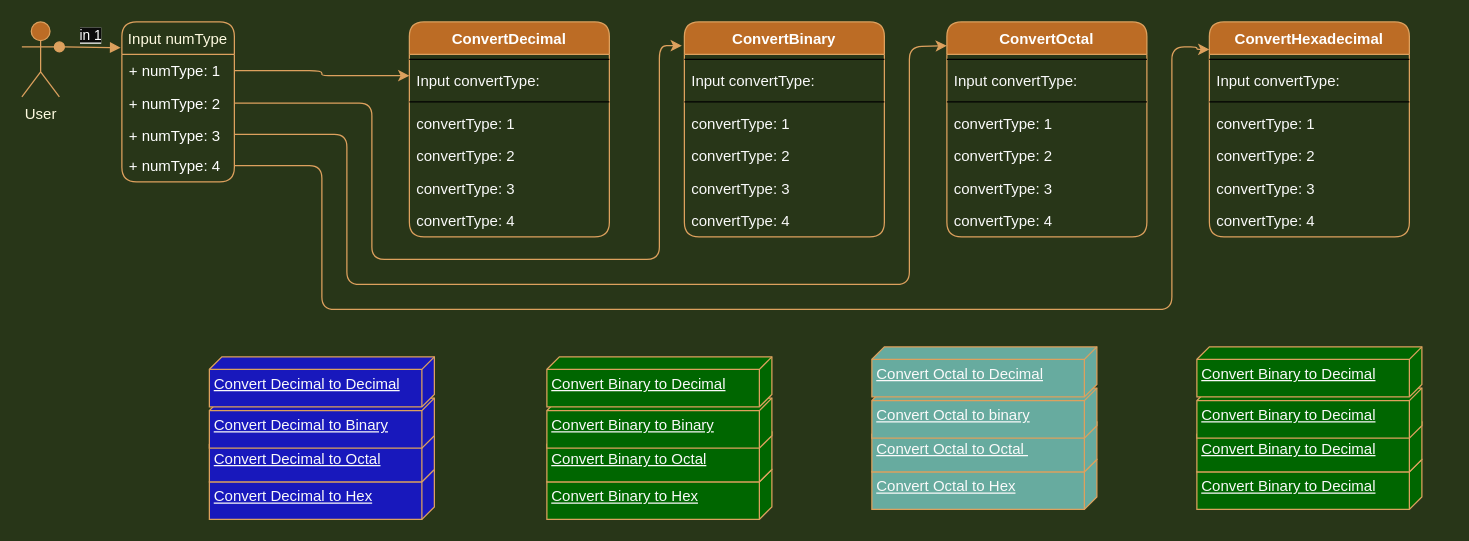
This is BlockDiagram.drawio from XYIAN/numConverter_groupH, a draw.io file, before an edit. Source tidied: cells renumbered, new cells numbered last; positions are measured from the earlier drawing's top-left corner, leaving out a move shared by most shapes. Both pictures are drawn from the tidied source at 125%, with x=0, y=0 at pixel (21, 21).
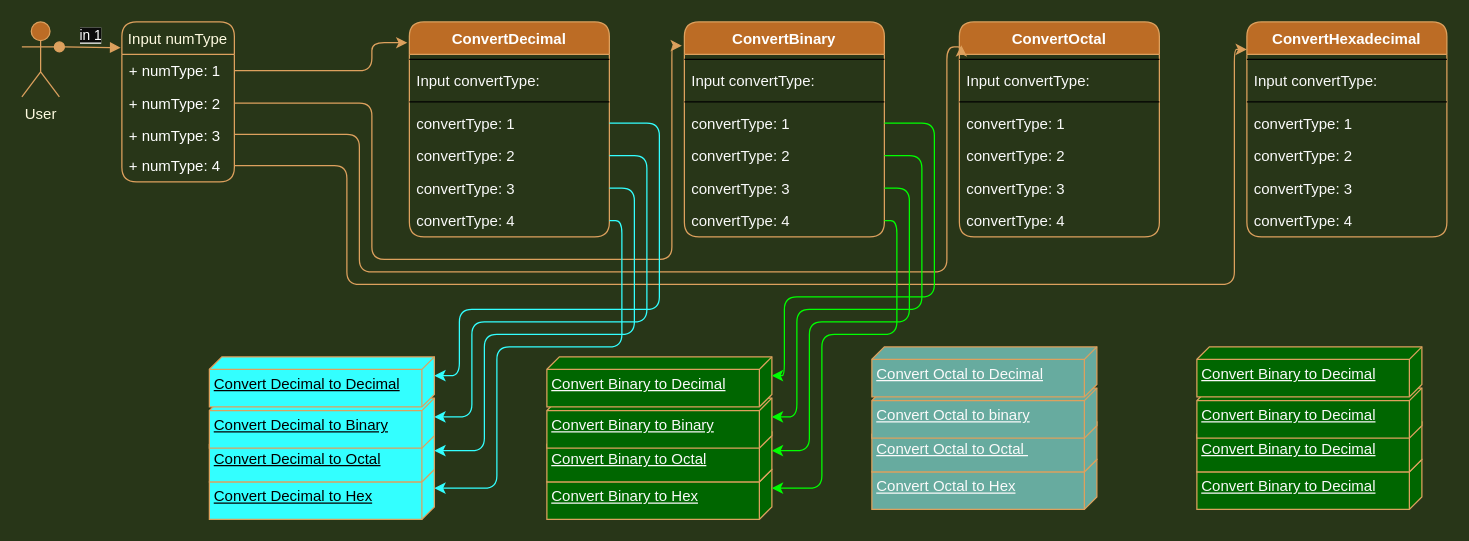
Above is the later version.

The change refers to these unchanged cells:
```xml
<mxCell id="4" value="+ numType: 1 " style="text;strokeColor=none;fillColor=none;align=left;verticalAlign=top;spacingLeft=4;spacingRight=4;overflow=hidden;points=[[0,0.5],[1,0.5]];portConstraint=eastwest;fontColor=#FFFFFF;" parent="3" vertex="1">
  <mxGeometry y="26" width="90" height="26" as="geometry" />
</mxCell>
<mxCell id="5" value="+ numType: 2" style="text;strokeColor=none;fillColor=none;align=left;verticalAlign=top;spacingLeft=4;spacingRight=4;overflow=hidden;points=[[0,0.5],[1,0.5]];portConstraint=eastwest;fontColor=#FFFFFF;" parent="3" vertex="1">
  <mxGeometry y="52" width="90" height="26" as="geometry" />
</mxCell>
<mxCell id="6" value="+ numType: 3" style="text;strokeColor=none;fillColor=none;align=left;verticalAlign=top;spacingLeft=4;spacingRight=4;overflow=hidden;points=[[0,0.5],[1,0.5]];portConstraint=eastwest;fontColor=#FFFFFF;" parent="3" vertex="1">
  <mxGeometry y="78" width="90" height="24" as="geometry" />
</mxCell>
<mxCell id="7" value="+ numType: 4" style="text;strokeColor=none;fillColor=none;align=left;verticalAlign=top;spacingLeft=4;spacingRight=4;overflow=hidden;points=[[0,0.5],[1,0.5]];portConstraint=eastwest;fontColor=#FFFFFF;" parent="3" vertex="1">
  <mxGeometry y="102" width="90" height="26" as="geometry" />
</mxCell>
<mxCell id="9" value="ConvertDecimal" style="swimlane;fontStyle=1;align=center;verticalAlign=top;horizontal=1;startSize=26;rounded=1;sketch=0;strokeColor=#DDA15E;fillColor=#BC6C25;fontColor=#FFFFFF;" parent="1" vertex="1">
  <mxGeometry x="310" width="160" height="172" as="geometry" />
</mxCell>
<mxCell id="13" value="convertType: 1" style="text;strokeColor=none;fillColor=none;align=left;verticalAlign=top;spacingLeft=4;spacingRight=4;overflow=hidden;points=[[0,0.5],[1,0.5]];portConstraint=eastwest;fontColor=#FAFAFA;" parent="9" vertex="1">
  <mxGeometry y="68" width="160" height="26" as="geometry" />
</mxCell>
<mxCell id="14" value="convertType: 2" style="text;strokeColor=none;fillColor=none;align=left;verticalAlign=top;spacingLeft=4;spacingRight=4;overflow=hidden;points=[[0,0.5],[1,0.5]];portConstraint=eastwest;fontColor=#FAFAFA;" parent="9" vertex="1">
  <mxGeometry y="94" width="160" height="26" as="geometry" />
</mxCell>
<mxCell id="15" value="convertType: 3" style="text;strokeColor=none;fillColor=none;align=left;verticalAlign=top;spacingLeft=4;spacingRight=4;overflow=hidden;points=[[0,0.5],[1,0.5]];portConstraint=eastwest;fontColor=#FAFAFA;" parent="9" vertex="1">
  <mxGeometry y="120" width="160" height="26" as="geometry" />
</mxCell>
<mxCell id="16" value="convertType: 4" style="text;strokeColor=none;fillColor=none;align=left;verticalAlign=top;spacingLeft=4;spacingRight=4;overflow=hidden;points=[[0,0.5],[1,0.5]];portConstraint=eastwest;fontColor=#FAFAFA;" parent="9" vertex="1">
  <mxGeometry y="146" width="160" height="26" as="geometry" />
</mxCell>
<mxCell id="22" value="convertType: 1" style="text;strokeColor=none;fillColor=none;align=left;verticalAlign=top;spacingLeft=4;spacingRight=4;overflow=hidden;points=[[0,0.5],[1,0.5]];portConstraint=eastwest;fontColor=#FAFAFA;" parent="18" vertex="1">
  <mxGeometry y="68" width="160" height="26" as="geometry" />
</mxCell>
<mxCell id="23" value="convertType: 2" style="text;strokeColor=none;fillColor=none;align=left;verticalAlign=top;spacingLeft=4;spacingRight=4;overflow=hidden;points=[[0,0.5],[1,0.5]];portConstraint=eastwest;fontColor=#FAFAFA;" parent="18" vertex="1">
  <mxGeometry y="94" width="160" height="26" as="geometry" />
</mxCell>
<mxCell id="24" value="convertType: 3" style="text;strokeColor=none;fillColor=none;align=left;verticalAlign=top;spacingLeft=4;spacingRight=4;overflow=hidden;points=[[0,0.5],[1,0.5]];portConstraint=eastwest;fontColor=#FAFAFA;" parent="18" vertex="1">
  <mxGeometry y="120" width="160" height="26" as="geometry" />
</mxCell>
<mxCell id="25" value="convertType: 4" style="text;strokeColor=none;fillColor=none;align=left;verticalAlign=top;spacingLeft=4;spacingRight=4;overflow=hidden;points=[[0,0.5],[1,0.5]];portConstraint=eastwest;fontColor=#FAFAFA;" parent="18" vertex="1">
  <mxGeometry y="146" width="160" height="26" as="geometry" />
</mxCell>
<mxCell id="49" value="Convert Binary to Hex" style="verticalAlign=top;align=left;spacingTop=8;spacingLeft=2;spacingRight=12;shape=cube;size=10;direction=south;fontStyle=4;html=1;rounded=1;sketch=0;strokeColor=#DDA15E;fontColor=#FAFAFA;fillColor=#006600;" parent="1" vertex="1">
  <mxGeometry x="420" y="358" width="180" height="40" as="geometry" />
</mxCell>
<mxCell id="50" value="Convert Binary to Octal" style="verticalAlign=top;align=left;spacingTop=8;spacingLeft=2;spacingRight=12;shape=cube;size=10;direction=south;fontStyle=4;html=1;rounded=1;sketch=0;strokeColor=#DDA15E;fontColor=#FAFAFA;fillColor=#006600;" parent="1" vertex="1">
  <mxGeometry x="420" y="328" width="180" height="40" as="geometry" />
</mxCell>
<mxCell id="51" value="Convert Binary to Binary" style="verticalAlign=top;align=left;spacingTop=8;spacingLeft=2;spacingRight=12;shape=cube;size=10;direction=south;fontStyle=4;html=1;rounded=1;sketch=0;strokeColor=#DDA15E;fontColor=#FAFAFA;fillColor=#006600;" parent="1" vertex="1">
  <mxGeometry x="420" y="301" width="180" height="40" as="geometry" />
</mxCell>
<mxCell id="52" value="Convert Binary to Decimal" style="verticalAlign=top;align=left;spacingTop=8;spacingLeft=2;spacingRight=12;shape=cube;size=10;direction=south;fontStyle=4;html=1;rounded=1;sketch=0;strokeColor=#DDA15E;fontColor=#FAFAFA;fillColor=#006600;" parent="1" vertex="1">
  <mxGeometry x="420" y="268" width="180" height="40" as="geometry" />
</mxCell>
```

What changed in the source:
```diff
@@
-    <mxCell id="17" style="edgeStyle=elbowEdgeStyle;rounded=1;sketch=0;jettySize=auto;html=1;entryX=0;entryY=0.25;entryDx=0;entryDy=0;strokeColor=#DDA15E;fillColor=#BC6C25;fontColor=#FAFAFA;" parent="1" edge="1" source="4" target="9">
-      <mxGeometry relative="1" as="geometry" />
+    <mxCell id="17" style="edgeStyle=elbowEdgeStyle;rounded=1;sketch=0;jettySize=auto;html=1;entryX=-0.01;entryY=0.097;entryDx=0;entryDy=0;strokeColor=#DDA15E;fillColor=#BC6C25;fontColor=#FAFAFA;entryPerimeter=0;" parent="1" edge="1" source="4" target="9">
+      <mxGeometry relative="1" as="geometry">
+        <Array as="points">
+          <mxPoint x="280" y="39" />
+        </Array>
+      </mxGeometry>
     </mxCell>
@@
     <mxCell id="26" value="ConvertOctal" style="swimlane;fontStyle=1;align=center;verticalAlign=top;horizontal=1;startSize=26;rounded=1;sketch=0;strokeColor=#DDA15E;fillColor=#BC6C25;fontColor=#FFFFFF;" parent="1" vertex="1">
-      <mxGeometry x="740" width="160" height="172" as="geometry" />
+      <mxGeometry x="750" width="160" height="172" as="geometry" />
     </mxCell>
@@
     <mxCell id="34" value="ConvertHexadecimal&#10;" style="swimlane;fontStyle=1;align=center;verticalAlign=top;horizontal=1;startSize=26;rounded=1;sketch=0;strokeColor=#DDA15E;fillColor=#BC6C25;fontColor=#FFFFFF;" parent="1" vertex="1">
-      <mxGeometry x="950" width="160" height="172" as="geometry" />
+      <mxGeometry x="980" width="160" height="172" as="geometry" />
     </mxCell>
@@
     <mxCell id="42" style="edgeStyle=orthogonalEdgeStyle;rounded=1;sketch=0;jettySize=auto;html=1;exitX=1;exitY=0.5;exitDx=0;exitDy=0;strokeColor=#DDA15E;fillColor=#BC6C25;fontColor=#FAFAFA;" parent="1" edge="1" source="5">
       <mxGeometry relative="1" as="geometry">
         <mxPoint x="528" y="19" as="targetPoint" />
         <Array as="points">
           <mxPoint x="280" y="65" />
           <mxPoint x="280" y="190" />
-          <mxPoint x="510" y="190" />
-          <mxPoint x="510" y="19" />
+          <mxPoint x="520" y="190" />
+          <mxPoint x="520" y="19" />
         </Array>
       </mxGeometry>
     </mxCell>
-    <mxCell id="43" style="rounded=1;sketch=0;jettySize=auto;html=1;exitX=1;exitY=0.5;exitDx=0;exitDy=0;strokeColor=#DDA15E;fillColor=#BC6C25;fontColor=#FAFAFA;edgeStyle=orthogonalEdgeStyle;" parent="1" edge="1" source="6">
+    <mxCell id="43" style="rounded=1;sketch=0;jettySize=auto;html=1;exitX=1;exitY=0.5;exitDx=0;exitDy=0;strokeColor=#DDA15E;fillColor=#BC6C25;fontColor=#FAFAFA;edgeStyle=orthogonalEdgeStyle;entryX=0.01;entryY=0.109;entryDx=0;entryDy=0;entryPerimeter=0;" parent="1" edge="1" source="6" target="26">
       <mxGeometry relative="1" as="geometry">
-        <mxPoint x="740" y="19" as="targetPoint" />
         <Array as="points">
-          <mxPoint x="260" y="90" />
-          <mxPoint x="260" y="210" />
-          <mxPoint x="710" y="210" />
-          <mxPoint x="710" y="20" />
+          <mxPoint x="270" y="90" />
+          <mxPoint x="270" y="200" />
+          <mxPoint x="740" y="200" />
+          <mxPoint x="740" y="20" />
+          <mxPoint x="752" y="20" />
         </Array>
       </mxGeometry>
     </mxCell>
     <mxCell id="44" style="edgeStyle=orthogonalEdgeStyle;rounded=1;sketch=0;jettySize=auto;html=1;exitX=1;exitY=0.5;exitDx=0;exitDy=0;strokeColor=#DDA15E;fillColor=#BC6C25;fontColor=#FAFAFA;" parent="1" edge="1" source="7" target="34">
       <mxGeometry relative="1" as="geometry">
         <Array as="points">
-          <mxPoint x="240" y="115" />
-          <mxPoint x="240" y="230" />
-          <mxPoint x="920" y="230" />
-          <mxPoint x="920" y="20" />
-          <mxPoint x="940" y="20" />
-          <mxPoint x="940" y="22" />
+          <mxPoint x="260" y="115" />
+          <mxPoint x="260" y="210" />
+          <mxPoint x="970" y="210" />
+          <mxPoint x="970" y="22" />
         </Array>
       </mxGeometry>
     </mxCell>
-    <mxCell id="45" value="Convert Decimal to Hex" style="verticalAlign=top;align=left;spacingTop=8;spacingLeft=2;spacingRight=12;shape=cube;size=10;direction=south;fontStyle=4;html=1;rounded=1;sketch=0;strokeColor=#DDA15E;fontColor=#FAFAFA;fillColor=#1818BC;" parent="1" vertex="1">
+    <mxCell id="45" value="Convert Decimal to Hex" style="verticalAlign=top;align=left;spacingTop=8;spacingLeft=2;spacingRight=12;shape=cube;size=10;direction=south;fontStyle=4;html=1;rounded=1;sketch=0;strokeColor=#DDA15E;fillColor=#33FFFF;" parent="1" vertex="1">
       <mxGeometry x="150" y="358" width="180" height="40" as="geometry" />
     </mxCell>
-    <mxCell id="46" value="Convert Decimal to Octal" style="verticalAlign=top;align=left;spacingTop=8;spacingLeft=2;spacingRight=12;shape=cube;size=10;direction=south;fontStyle=4;html=1;rounded=1;sketch=0;strokeColor=#DDA15E;fontColor=#FAFAFA;fillColor=#1818BC;" parent="1" vertex="1">
+    <mxCell id="46" value="Convert Decimal to Octal" style="verticalAlign=top;align=left;spacingTop=8;spacingLeft=2;spacingRight=12;shape=cube;size=10;direction=south;fontStyle=4;html=1;rounded=1;sketch=0;strokeColor=#DDA15E;fillColor=#33FFFF;" parent="1" vertex="1">
       <mxGeometry x="150" y="328" width="180" height="40" as="geometry" />
     </mxCell>
-    <mxCell id="47" value="Convert Decimal to Binary" style="verticalAlign=top;align=left;spacingTop=8;spacingLeft=2;spacingRight=12;shape=cube;size=10;direction=south;fontStyle=4;html=1;rounded=1;sketch=0;strokeColor=#DDA15E;fontColor=#FAFAFA;fillColor=#1818BC;" parent="1" vertex="1">
+    <mxCell id="47" value="Convert Decimal to Binary" style="verticalAlign=top;align=left;spacingTop=8;spacingLeft=2;spacingRight=12;shape=cube;size=10;direction=south;fontStyle=4;html=1;rounded=1;sketch=0;strokeColor=#DDA15E;fillColor=#33FFFF;" parent="1" vertex="1">
       <mxGeometry x="150" y="301" width="180" height="40" as="geometry" />
     </mxCell>
-    <mxCell id="48" value="Convert Decimal to Decimal" style="verticalAlign=top;align=left;spacingTop=8;spacingLeft=2;spacingRight=12;shape=cube;size=10;direction=south;fontStyle=4;html=1;rounded=1;sketch=0;strokeColor=#DDA15E;fontColor=#FAFAFA;fillColor=#1818BC;" parent="1" vertex="1">
+    <mxCell id="48" value="Convert Decimal to Decimal" style="verticalAlign=top;align=left;spacingTop=8;spacingLeft=2;spacingRight=12;shape=cube;size=10;direction=south;fontStyle=4;html=1;rounded=1;sketch=0;strokeColor=#DDA15E;fillColor=#33FFFF;" parent="1" vertex="1">
       <mxGeometry x="150" y="268" width="180" height="40" as="geometry" />
     </mxCell>
@@
+    <mxCell id="61" style="edgeStyle=orthogonalEdgeStyle;rounded=1;sketch=0;jettySize=auto;html=1;exitX=1;exitY=0.5;exitDx=0;exitDy=0;entryX=0;entryY=0;entryDx=15;entryDy=0;entryPerimeter=0;fillColor=#BC6C25;fontColor=#FAFAFA;strokeColor=#33FFFF;" parent="1" edge="1" source="13" target="48">
+      <mxGeometry relative="1" as="geometry">
+        <Array as="points">
+          <mxPoint x="510" y="81" />
+          <mxPoint x="510" y="230" />
+          <mxPoint x="350" y="230" />
+          <mxPoint x="350" y="283" />
+        </Array>
+      </mxGeometry>
+    </mxCell>
+    <mxCell id="62" style="edgeStyle=orthogonalEdgeStyle;rounded=1;sketch=0;jettySize=auto;html=1;exitX=1;exitY=0.5;exitDx=0;exitDy=0;entryX=0;entryY=0;entryDx=15;entryDy=0;entryPerimeter=0;fillColor=#BC6C25;fontColor=#FAFAFA;strokeColor=#33FFFF;" parent="1" edge="1" source="14" target="47">
+      <mxGeometry relative="1" as="geometry">
+        <Array as="points">
+          <mxPoint x="500" y="107" />
+          <mxPoint x="500" y="240" />
+          <mxPoint x="360" y="240" />
+          <mxPoint x="360" y="316" />
+        </Array>
+      </mxGeometry>
+    </mxCell>
+    <mxCell id="63" style="edgeStyle=orthogonalEdgeStyle;rounded=1;sketch=0;jettySize=auto;html=1;exitX=1;exitY=0.5;exitDx=0;exitDy=0;entryX=0;entryY=0;entryDx=15;entryDy=0;entryPerimeter=0;strokeColor=#33FFFF;fillColor=#BC6C25;fontColor=#000000;" parent="1" edge="1" source="15" target="46">
+      <mxGeometry relative="1" as="geometry">
+        <Array as="points">
+          <mxPoint x="490" y="133" />
+          <mxPoint x="490" y="250" />
+          <mxPoint x="370" y="250" />
+          <mxPoint x="370" y="343" />
+        </Array>
+      </mxGeometry>
+    </mxCell>
+    <mxCell id="64" style="edgeStyle=orthogonalEdgeStyle;rounded=1;sketch=0;jettySize=auto;html=1;exitX=1;exitY=0.5;exitDx=0;exitDy=0;entryX=0;entryY=0;entryDx=15;entryDy=0;entryPerimeter=0;strokeColor=#33FFFF;fillColor=#BC6C25;fontColor=#000000;" parent="1" edge="1" source="16" target="45">
+      <mxGeometry relative="1" as="geometry">
+        <Array as="points">
+          <mxPoint x="480" y="159" />
+          <mxPoint x="480" y="260" />
+          <mxPoint x="380" y="260" />
+          <mxPoint x="380" y="373" />
+        </Array>
+      </mxGeometry>
+    </mxCell>
+    <mxCell id="65" style="edgeStyle=orthogonalEdgeStyle;rounded=1;sketch=0;jettySize=auto;html=1;exitX=1;exitY=0.5;exitDx=0;exitDy=0;entryX=0;entryY=0;entryDx=15;entryDy=0;entryPerimeter=0;fillColor=#BC6C25;fontColor=#000000;strokeColor=#00FF00;" parent="1" edge="1" source="22" target="52">
+      <mxGeometry relative="1" as="geometry">
+        <Array as="points">
+          <mxPoint x="730" y="81" />
+          <mxPoint x="730" y="220" />
+          <mxPoint x="610" y="220" />
+          <mxPoint x="610" y="283" />
+        </Array>
+      </mxGeometry>
+    </mxCell>
+    <mxCell id="66" style="edgeStyle=orthogonalEdgeStyle;rounded=1;sketch=0;jettySize=auto;html=1;exitX=1;exitY=0.5;exitDx=0;exitDy=0;entryX=0;entryY=0;entryDx=15;entryDy=0;entryPerimeter=0;strokeColor=#00FF00;fillColor=#BC6C25;fontColor=#000000;" parent="1" edge="1" source="23" target="51">
+      <mxGeometry relative="1" as="geometry">
+        <Array as="points">
+          <mxPoint x="720" y="107" />
+          <mxPoint x="720" y="230" />
+          <mxPoint x="620" y="230" />
+          <mxPoint x="620" y="316" />
+        </Array>
+      </mxGeometry>
+    </mxCell>
+    <mxCell id="67" style="edgeStyle=orthogonalEdgeStyle;rounded=1;sketch=0;jettySize=auto;html=1;exitX=1;exitY=0.5;exitDx=0;exitDy=0;entryX=0;entryY=0;entryDx=15;entryDy=0;entryPerimeter=0;strokeColor=#00FF00;fillColor=#BC6C25;fontColor=#000000;" parent="1" edge="1" source="24" target="50">
+      <mxGeometry relative="1" as="geometry">
+        <Array as="points">
+          <mxPoint x="710" y="133" />
+          <mxPoint x="710" y="240" />
+          <mxPoint x="630" y="240" />
+          <mxPoint x="630" y="343" />
+        </Array>
+      </mxGeometry>
+    </mxCell>
+    <mxCell id="68" style="edgeStyle=orthogonalEdgeStyle;rounded=1;sketch=0;jettySize=auto;html=1;exitX=1;exitY=0.5;exitDx=0;exitDy=0;entryX=0;entryY=0;entryDx=15;entryDy=0;entryPerimeter=0;strokeColor=#00FF00;fillColor=#BC6C25;fontColor=#000000;" parent="1" edge="1" source="25" target="49">
+      <mxGeometry relative="1" as="geometry">
+        <Array as="points">
+          <mxPoint x="700" y="159" />
+          <mxPoint x="700" y="250" />
+          <mxPoint x="640" y="250" />
+          <mxPoint x="640" y="373" />
+        </Array>
+      </mxGeometry>
+    </mxCell>
```
